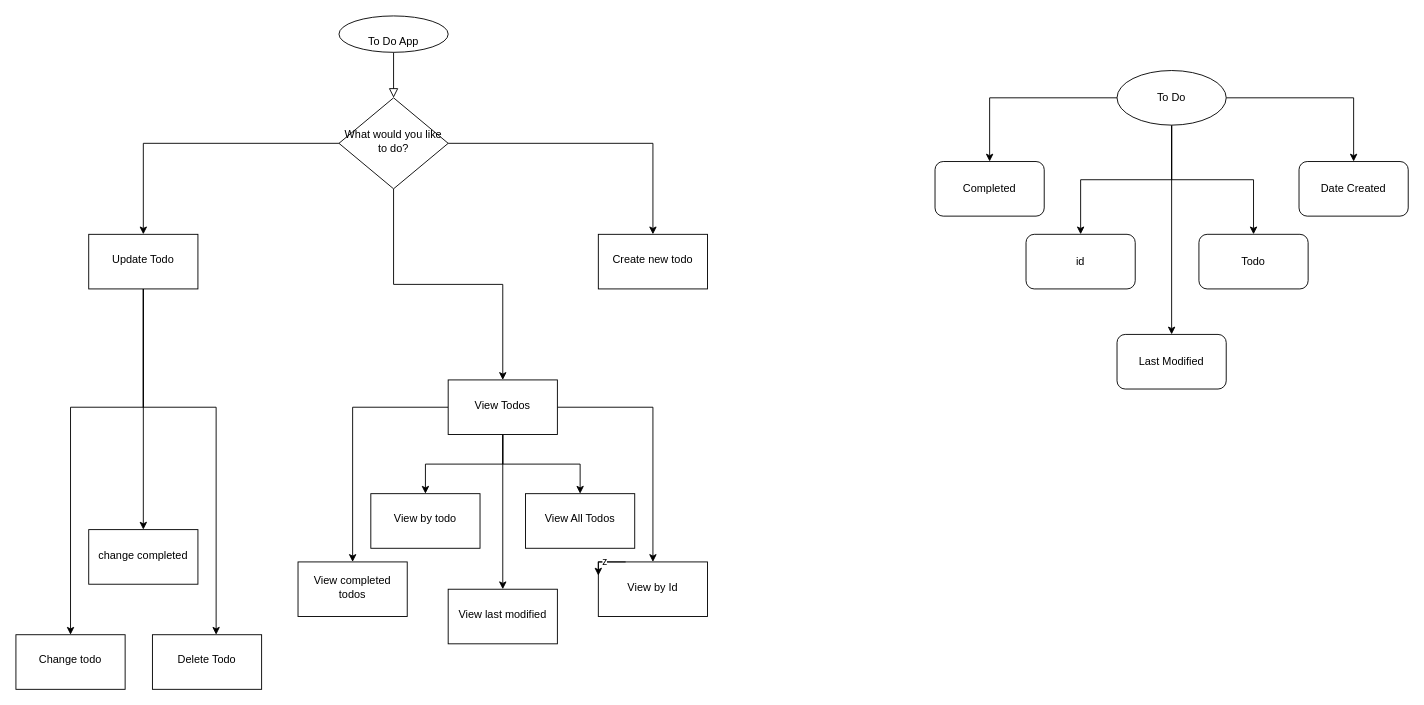
Earlier version of the draw.io diagram ToDoApp/ToDoApp.drawio (iMuhammad3/Java-Projects). Source tidied: cells renumbered, new cells numbered last; positions are measured from the earlier drawing's top-left corner, leaving out a move shared by most shapes. Both pictures are drawn from the tidied source at 91%, with x=0, y=0 at pixel (15, 15).
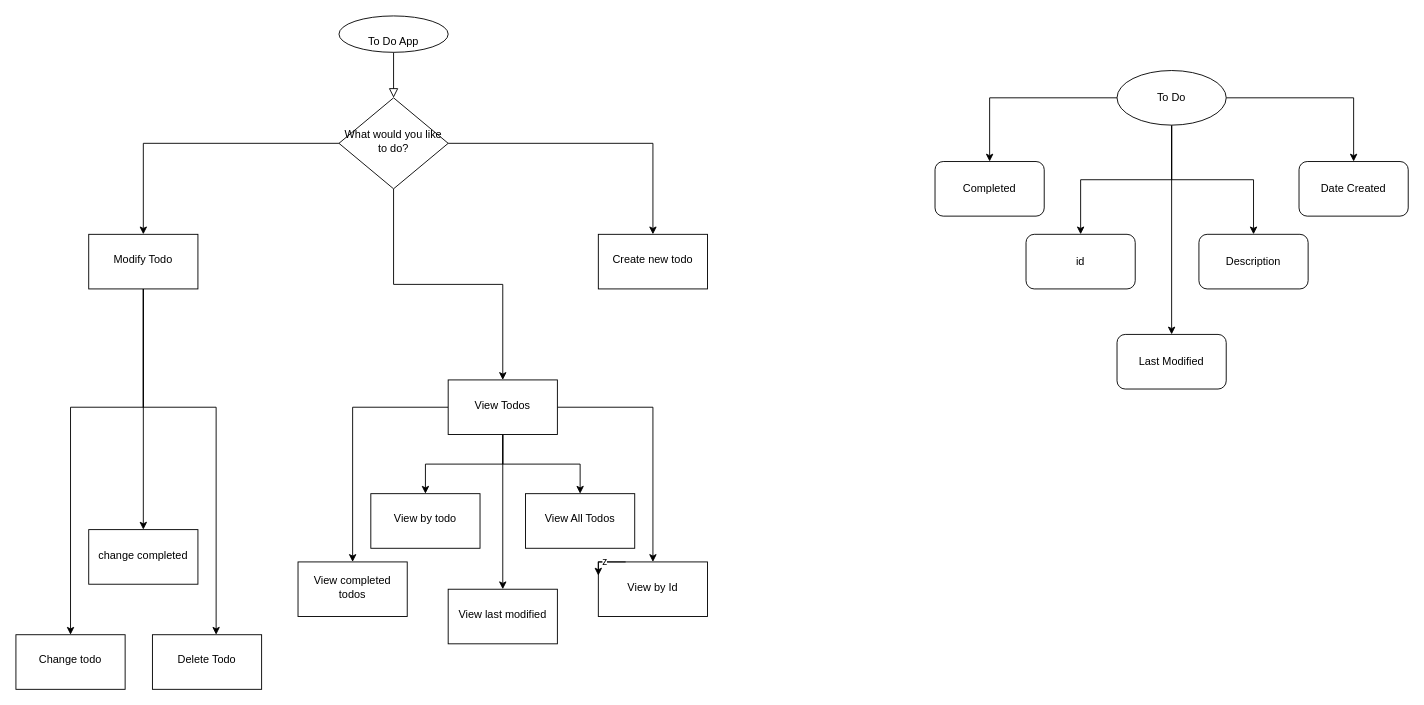
Above is the later version.

Change to the diagram source:
```diff
@@
-    <mxCell id="18" value="Update Todo" style="whiteSpace=wrap;html=1;shadow=0;strokeWidth=1;spacing=6;spacingTop=-4;" parent="1" vertex="1">
+    <mxCell id="18" value="Modify Todo" style="whiteSpace=wrap;html=1;shadow=0;strokeWidth=1;spacing=6;spacingTop=-4;" parent="1" vertex="1">
       <mxGeometry x="80" y="240" width="120" height="60" as="geometry" />
     </mxCell>
@@
-    <mxCell id="28" value="Todo" style="whiteSpace=wrap;html=1;rounded=1;" parent="1" vertex="1">
+    <mxCell id="28" value="Description" style="whiteSpace=wrap;html=1;rounded=1;" parent="1" vertex="1">
       <mxGeometry x="1300" y="240" width="120" height="60" as="geometry" />
     </mxCell>
```
